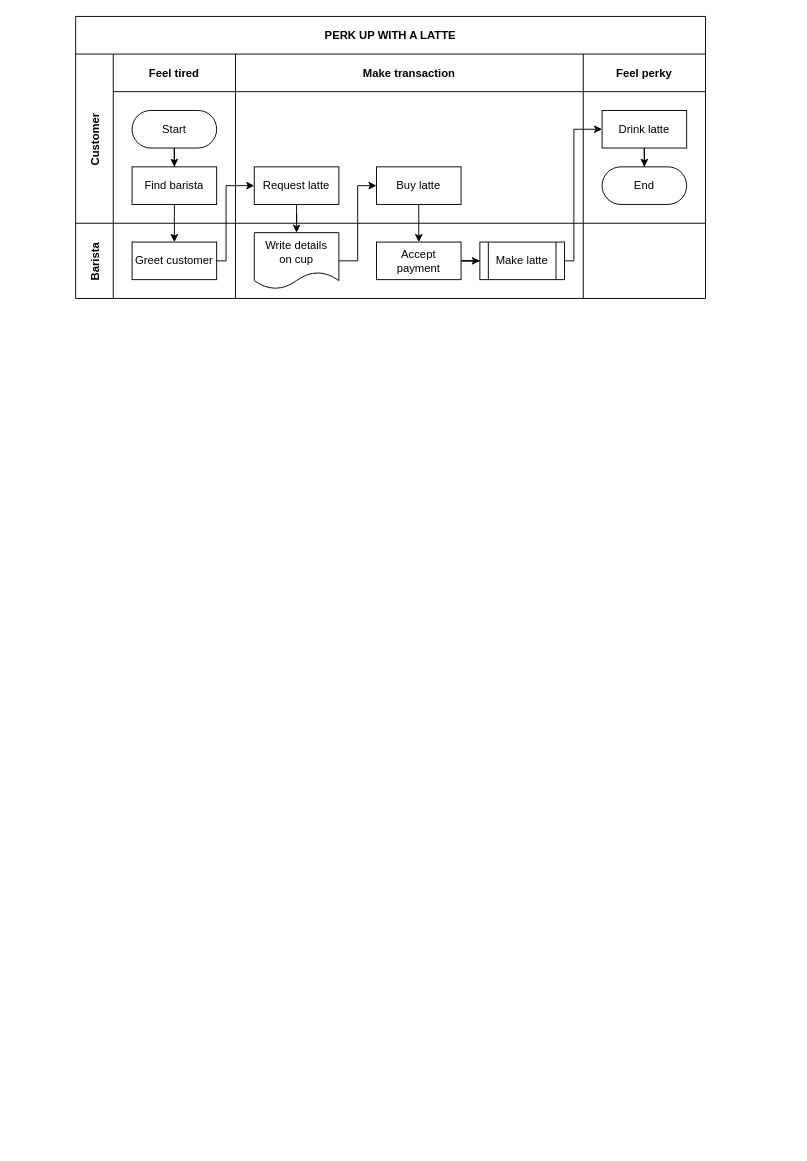
Earlier version of the draw.io diagram schema_fonctionnel_MSBooking.drawio (antikkorps/schema_fonctionnel_MSBooking). Source tidied: cells renumbered, new cells numbered last; positions are measured from the earlier drawing's top-left corner, leaving out a move shared by most shapes. Both pictures are drawn from the tidied source at 94%, with x=0, y=0 at pixel (75, 16).
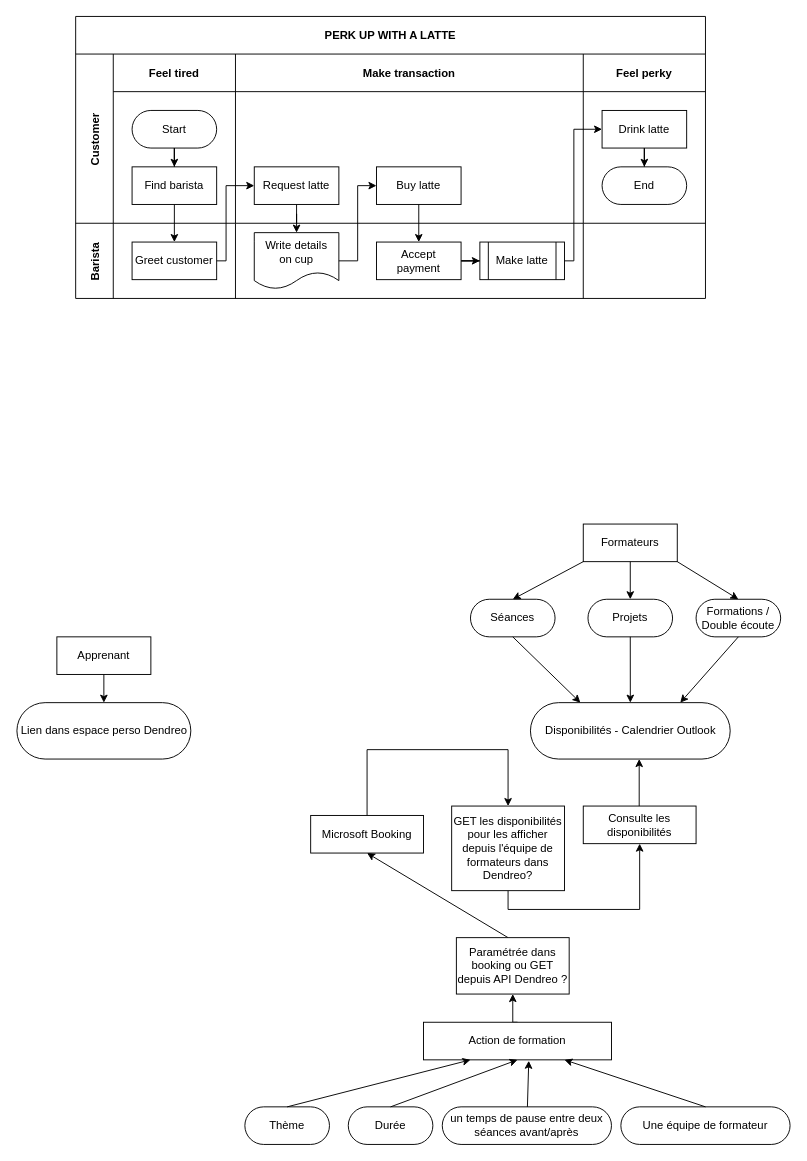
Above is the later version.

Commit message:
Mise à jour du schema

Diff of the diagram source:
```diff
@@
+    <mxCell id="30" value="Apprenant" style="rounded=0;whiteSpace=wrap;html=1;" parent="1" vertex="1">
+      <mxGeometry x="-20" y="660" width="100" height="40" as="geometry" />
+    </mxCell>
+    <mxCell id="31" value="Lien dans espace perso Dendreo" style="rounded=1;whiteSpace=wrap;html=1;arcSize=50;" parent="1" vertex="1">
+      <mxGeometry x="-62.5" y="730" width="185" height="60" as="geometry" />
+    </mxCell>
+    <mxCell id="32" value="Formateurs" style="rounded=0;whiteSpace=wrap;html=1;" parent="1" vertex="1">
+      <mxGeometry x="540" y="540" width="100" height="40" as="geometry" />
+    </mxCell>
+    <mxCell id="33" value="Microsoft Booking" style="rounded=0;whiteSpace=wrap;html=1;" parent="1" vertex="1">
+      <mxGeometry x="250" y="850" width="120" height="40" as="geometry" />
+    </mxCell>
+    <mxCell id="34" value="Disponibilités - Calendrier Outlook" style="rounded=1;whiteSpace=wrap;html=1;arcSize=50;" parent="1" vertex="1">
+      <mxGeometry x="483.8" y="730" width="212.5" height="60" as="geometry" />
+    </mxCell>
+    <mxCell id="35" value="Séances" style="rounded=1;whiteSpace=wrap;html=1;arcSize=50;" parent="1" vertex="1">
+      <mxGeometry x="420" y="620" width="90" height="40" as="geometry" />
+    </mxCell>
+    <mxCell id="36" value="Projets" style="rounded=1;whiteSpace=wrap;html=1;arcSize=50;" parent="1" vertex="1">
+      <mxGeometry x="545" y="620" width="90" height="40" as="geometry" />
+    </mxCell>
+    <mxCell id="37" value="Formations / Double écoute" style="rounded=1;whiteSpace=wrap;html=1;arcSize=50;" parent="1" vertex="1">
+      <mxGeometry x="660" y="620" width="90" height="40" as="geometry" />
+    </mxCell>
+    <mxCell id="38" style="endArrow=classic;html=1;rounded=0;entryX=0.5;entryY=0;entryDx=0;entryDy=0;exitX=0;exitY=1;exitDx=0;exitDy=0;" parent="1" edge="1" source="32" target="35">
+      <mxGeometry relative="1" as="geometry" />
+    </mxCell>
+    <mxCell id="39" style="endArrow=classic;html=1;rounded=0;entryX=0.5;entryY=0;entryDx=0;entryDy=0;exitX=0.5;exitY=1;exitDx=0;exitDy=0;" parent="1" edge="1" source="32" target="36">
+      <mxGeometry relative="1" as="geometry" />
+    </mxCell>
+    <mxCell id="40" style="endArrow=classic;html=1;rounded=0;entryX=0.5;entryY=0;entryDx=0;entryDy=0;exitX=1;exitY=1;exitDx=0;exitDy=0;" parent="1" edge="1" source="32" target="37">
+      <mxGeometry relative="1" as="geometry" />
+    </mxCell>
+    <mxCell id="41" style="endArrow=classic;html=1;rounded=0;entryX=0.25;entryY=0;entryDx=0;entryDy=0;exitX=0.5;exitY=1;exitDx=0;exitDy=0;" parent="1" edge="1" source="35" target="34">
+      <mxGeometry relative="1" as="geometry" />
+    </mxCell>
+    <mxCell id="42" style="endArrow=classic;html=1;rounded=0;entryX=0.5;entryY=0;entryDx=0;entryDy=0;exitX=0.5;exitY=1;exitDx=0;exitDy=0;" parent="1" edge="1" source="36" target="34">
+      <mxGeometry relative="1" as="geometry" />
+    </mxCell>
+    <mxCell id="43" style="endArrow=classic;html=1;rounded=0;entryX=0.75;entryY=0;entryDx=0;entryDy=0;exitX=0.5;exitY=1;exitDx=0;exitDy=0;" parent="1" edge="1" source="37" target="34">
+      <mxGeometry relative="1" as="geometry" />
+    </mxCell>
+    <mxCell id="44" value="Consulte les disponibilités" style="rounded=0;whiteSpace=wrap;html=1;" parent="1" vertex="1">
+      <mxGeometry x="540" y="840" width="120" height="40" as="geometry" />
+    </mxCell>
+    <mxCell id="45" style="endArrow=classic;html=1;rounded=0;exitX=0.5;exitY=0;exitDx=0;exitDy=0;entryX=0.5;entryY=0;entryDx=0;entryDy=0;" parent="1" edge="1" source="33" target="48">
+      <mxGeometry relative="1" as="geometry">
+        <Array as="points">
+          <mxPoint x="310" y="780" />
+          <mxPoint x="460" y="780" />
+        </Array>
+      </mxGeometry>
+    </mxCell>
+    <mxCell id="46" style="endArrow=classic;html=1;rounded=0;entryX=0.5;entryY=1;entryDx=0;entryDy=0;exitX=0.5;exitY=0;exitDx=0;exitDy=0;" parent="1" edge="1">
+      <mxGeometry relative="1" as="geometry">
+        <mxPoint x="599.5" y="840" as="sourcePoint" />
+        <mxPoint x="599.5" y="790" as="targetPoint" />
+      </mxGeometry>
+    </mxCell>
+    <mxCell id="47" style="edgeStyle=orthogonalEdgeStyle;rounded=0;jettySize=auto;html=1;exitX=0.5;exitY=1;exitDx=0;exitDy=0;entryX=0.5;entryY=1;entryDx=0;entryDy=0;" parent="1" edge="1" source="48" target="44">
+      <mxGeometry relative="1" as="geometry" />
+    </mxCell>
+    <mxCell id="48" value="GET les disponibilités pour les afficher depuis l'équipe de formateurs dans Dendreo?" style="rounded=0;whiteSpace=wrap;html=1;" parent="1" vertex="1">
+      <mxGeometry x="400" y="840" width="120" height="90" as="geometry" />
+    </mxCell>
+    <mxCell id="49" style="edgeStyle=orthogonalEdgeStyle;rounded=0;jettySize=auto;html=1;exitX=0.5;exitY=0;exitDx=0;exitDy=0;entryX=0.5;entryY=1;entryDx=0;entryDy=0;" parent="1" edge="1" source="50" target="57">
+      <mxGeometry relative="1" as="geometry" />
+    </mxCell>
+    <mxCell id="50" value="Action de formation" style="rounded=0;whiteSpace=wrap;html=1;" parent="1" vertex="1">
+      <mxGeometry x="370" y="1070" width="200" height="40" as="geometry" />
+    </mxCell>
+    <mxCell id="51" value="Thème" style="rounded=1;whiteSpace=wrap;html=1;arcSize=50;" parent="1" vertex="1">
+      <mxGeometry x="180" y="1160" width="90" height="40" as="geometry" />
+    </mxCell>
+    <mxCell id="52" value="Durée" style="rounded=1;whiteSpace=wrap;html=1;arcSize=50;" parent="1" vertex="1">
+      <mxGeometry x="290" y="1160" width="90" height="40" as="geometry" />
+    </mxCell>
+    <mxCell id="53" value="un temps de pause entre deux séances avant/après" style="rounded=1;whiteSpace=wrap;html=1;arcSize=50;" parent="1" vertex="1">
+      <mxGeometry x="390" y="1160" width="180" height="40" as="geometry" />
+    </mxCell>
+    <mxCell id="54" style="endArrow=classic;html=1;rounded=0;exitX=0.5;exitY=1;exitDx=0;exitDy=0;entryX=0.5;entryY=0;entryDx=0;entryDy=0;" parent="1" edge="1" source="30" target="31">
+      <mxGeometry relative="1" as="geometry" />
+    </mxCell>
+    <mxCell id="55" value="Une équipe de formateur" style="rounded=1;whiteSpace=wrap;html=1;arcSize=50;" parent="1" vertex="1">
+      <mxGeometry x="580" y="1160" width="180" height="40" as="geometry" />
+    </mxCell>
+    <mxCell id="56" style="endArrow=classic;html=1;rounded=0;" parent="1" edge="1">
+      <mxGeometry relative="1" as="geometry">
+        <mxPoint x="460" y="980" as="sourcePoint" />
+        <mxPoint x="310" y="890" as="targetPoint" />
+      </mxGeometry>
+    </mxCell>
+    <mxCell id="57" value="Paramétrée dans booking ou GET depuis API Dendreo ?" style="rounded=0;whiteSpace=wrap;html=1;" parent="1" vertex="1">
+      <mxGeometry x="405" y="980" width="120" height="60" as="geometry" />
+    </mxCell>
+    <mxCell id="58" style="endArrow=classic;html=1;rounded=0;entryX=0.25;entryY=1;entryDx=0;entryDy=0;exitX=0.5;exitY=0;exitDx=0;exitDy=0;" parent="1" edge="1" source="51" target="50">
+      <mxGeometry relative="1" as="geometry" />
+    </mxCell>
+    <mxCell id="59" style="endArrow=classic;html=1;rounded=0;entryX=0.5;entryY=1;entryDx=0;entryDy=0;exitX=0.5;exitY=0;exitDx=0;exitDy=0;" parent="1" edge="1" source="52" target="50">
+      <mxGeometry relative="1" as="geometry" />
+    </mxCell>
+    <mxCell id="60" style="endArrow=classic;html=1;rounded=0;entryX=0.56;entryY=1.025;entryDx=0;entryDy=0;entryPerimeter=0;" parent="1" edge="1" source="53" target="50">
+      <mxGeometry relative="1" as="geometry" />
+    </mxCell>
+    <mxCell id="61" style="endArrow=classic;html=1;rounded=0;entryX=0.75;entryY=1;entryDx=0;entryDy=0;exitX=0.5;exitY=0;exitDx=0;exitDy=0;" parent="1" edge="1" source="55" target="50">
+      <mxGeometry relative="1" as="geometry" />
+    </mxCell>
```
